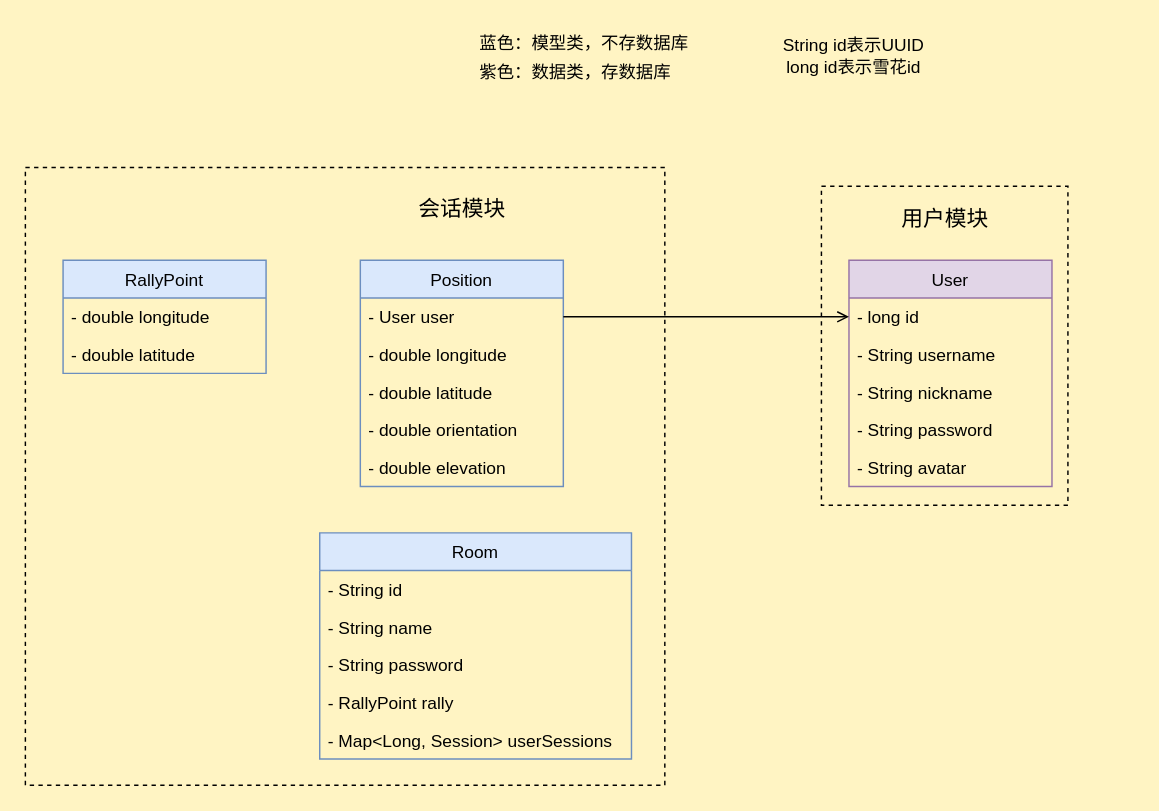
Above: page "类图" (1 of 3) of findMe-UML.dio in swsk33/find-me-cloud (draw.io), before the change. Source tidied: cells renumbered, new cells numbered last; positions are measured from the earlier drawing's top-left corner, leaving out a move shared by most shapes. Both pictures are drawn from the tidied source at 145%, with x=0, y=0 at pixel (25, 25).
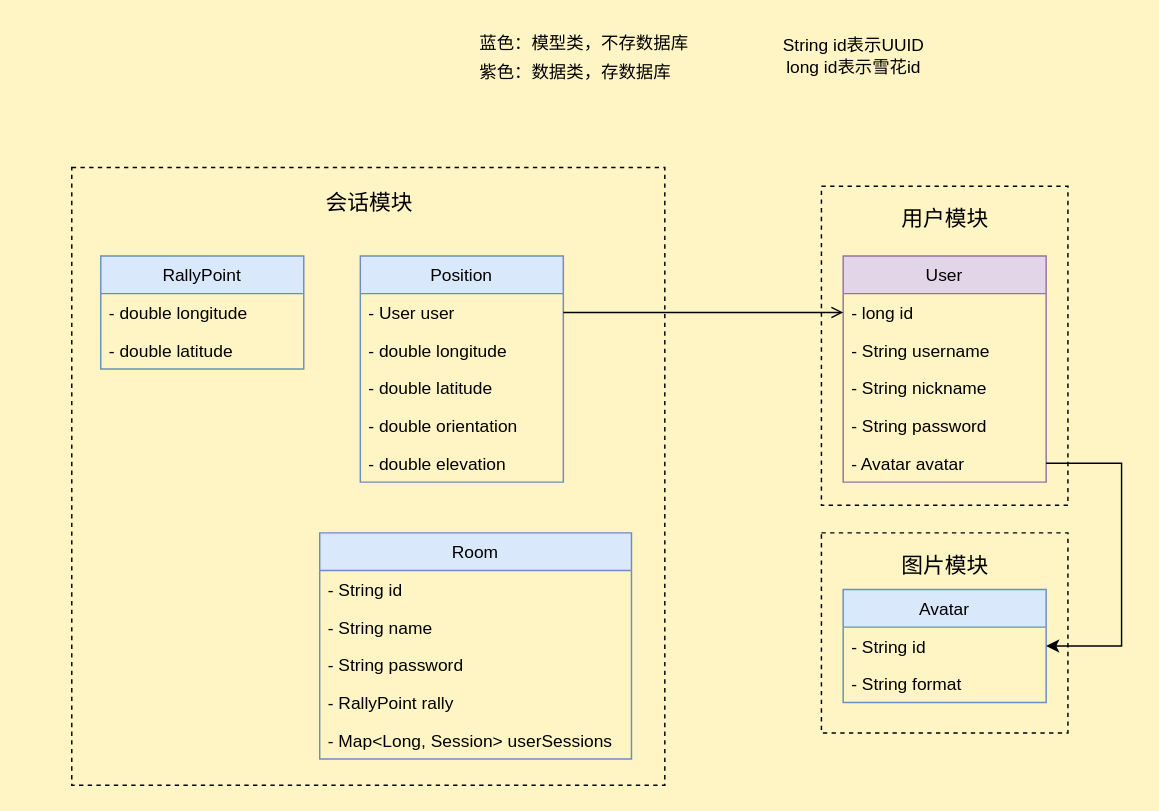
The same page after the edit.

Change to the diagram source:
```diff
@@
+    <mxCell id="32" style="rounded=0;whiteSpace=wrap;html=1;fillColor=none;dashed=1;" parent="1" vertex="1">
+      <mxGeometry x="549" y="350" width="170" height="138" as="geometry" />
+    </mxCell>
+    <mxCell id="33" value="&lt;font style=&quot;font-size: 15px;&quot;&gt;图片模块&lt;/font&gt;" style="text;html=1;align=center;verticalAlign=middle;strokeColor=none;fillColor=none;" parent="1" vertex="1">
+      <mxGeometry x="595" y="357" width="78" height="30" as="geometry" />
+    </mxCell>
     <mxCell id="2" style="rounded=0;whiteSpace=wrap;html=1;fillColor=none;dashed=1;" parent="1" vertex="1">
-      <mxGeometry y="98" width="441" height="426" as="geometry" />
+      <mxGeometry x="32" y="98" width="409" height="426" as="geometry" />
     </mxCell>
@@
     <mxCell id="4" value="User" style="swimlane;fontStyle=0;horizontal=1;startSize=26;fillColor=#e1d5e7;strokeColor=#9673a6;" parent="1" vertex="1">
-      <mxGeometry x="568" y="162" width="140" height="156" as="geometry" />
+      <mxGeometry x="564" y="159" width="140" height="156" as="geometry" />
     </mxCell>
@@
-    <mxCell id="9" value="- String avatar" style="text;strokeColor=none;fillColor=none;align=left;verticalAlign=top;spacingLeft=4;spacingRight=4;overflow=hidden;points=[[0,0.5],[1,0.5]];portConstraint=eastwest;" parent="4" vertex="1">
+    <mxCell id="9" value="- Avatar avatar" style="text;strokeColor=none;fillColor=none;align=left;verticalAlign=top;spacingLeft=4;spacingRight=4;overflow=hidden;points=[[0,0.5],[1,0.5]];portConstraint=eastwest;" parent="4" vertex="1">
       <mxGeometry y="130" width="140" height="26" as="geometry" />
     </mxCell>
     <mxCell id="10" value="Position" style="swimlane;fontStyle=0;horizontal=1;startSize=26;fillColor=#dae8fc;strokeColor=#6c8ebf;" parent="1" vertex="1">
-      <mxGeometry x="231" y="162" width="140" height="156" as="geometry" />
+      <mxGeometry x="231" y="159" width="140" height="156" as="geometry" />
     </mxCell>
@@
     <mxCell id="28" value="&lt;font style=&quot;font-size: 15px;&quot;&gt;会话模块&lt;/font&gt;" style="text;html=1;align=center;verticalAlign=middle;strokeColor=none;fillColor=none;" parent="1" vertex="1">
-      <mxGeometry x="262" y="111" width="78" height="30" as="geometry" />
+      <mxGeometry x="197.5" y="107" width="78" height="30" as="geometry" />
     </mxCell>
     <mxCell id="29" value="RallyPoint" style="swimlane;fontStyle=0;horizontal=1;startSize=26;fillColor=#dae8fc;strokeColor=#6c8ebf;" parent="1" vertex="1">
-      <mxGeometry x="26" y="162" width="140" height="78" as="geometry" />
+      <mxGeometry x="52" y="159" width="140" height="78" as="geometry" />
     </mxCell>
@@
+    <mxCell id="34" value="Avatar" style="swimlane;fontStyle=0;horizontal=1;startSize=26;fillColor=#dae8fc;strokeColor=#6c8ebf;" parent="1" vertex="1">
+      <mxGeometry x="564" y="389" width="140" height="78" as="geometry" />
+    </mxCell>
+    <mxCell id="35" value="- String id" style="text;strokeColor=none;fillColor=none;align=left;verticalAlign=top;spacingLeft=4;spacingRight=4;overflow=hidden;points=[[0,0.5],[1,0.5]];portConstraint=eastwest;" parent="34" vertex="1">
+      <mxGeometry y="26" width="140" height="26" as="geometry" />
+    </mxCell>
+    <mxCell id="36" value="- String format" style="text;strokeColor=none;fillColor=none;align=left;verticalAlign=top;spacingLeft=4;spacingRight=4;overflow=hidden;" parent="34" vertex="1">
+      <mxGeometry y="52" width="140" height="26" as="geometry" />
+    </mxCell>
+    <mxCell id="37" style="edgeStyle=orthogonalEdgeStyle;rounded=0;jettySize=auto;html=1;exitX=1;exitY=0.5;exitDx=0;exitDy=0;entryX=1;entryY=0.5;entryDx=0;entryDy=0;" parent="1" edge="1" source="9" target="35">
+      <mxGeometry relative="1" as="geometry">
+        <Array as="points">
+          <mxPoint x="756" y="302" />
+          <mxPoint x="756" y="428" />
+        </Array>
+      </mxGeometry>
+    </mxCell>
```
